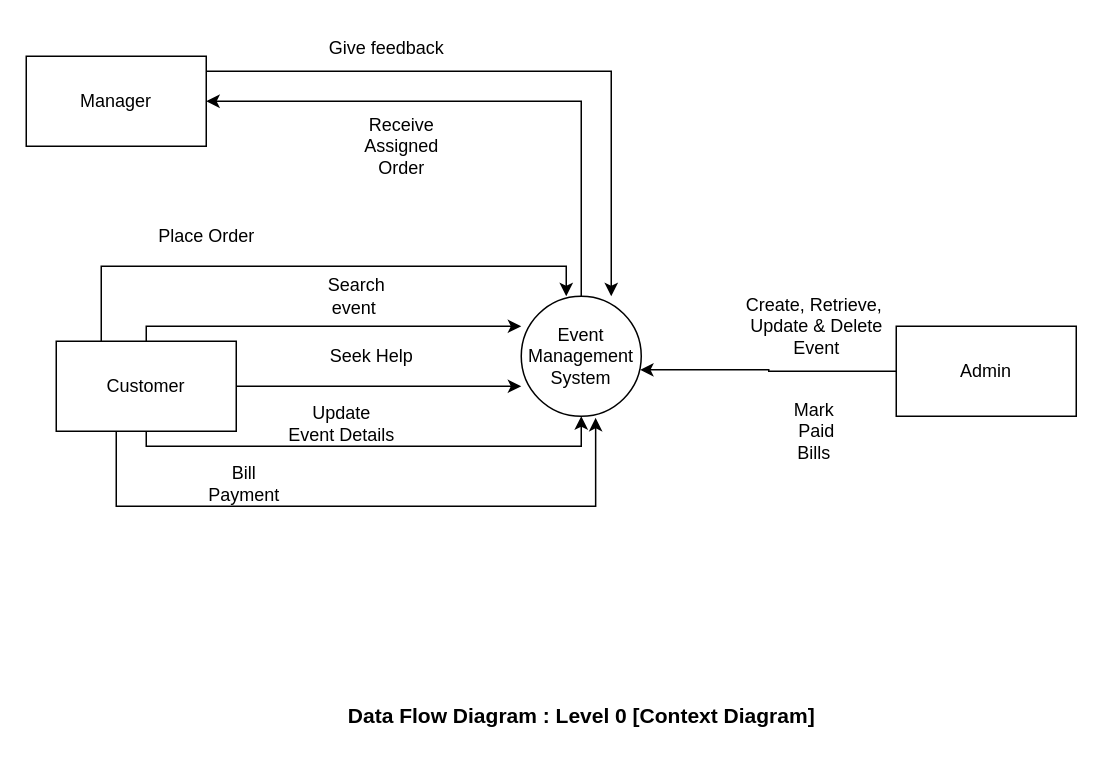
Above: page "Page-1" (1 of 2) of Untitled Diagram.drawio in axif0/370_project (draw.io), before the change. Source tidied: cells renumbered, new cells numbered last; positions are measured from the earlier drawing's top-left corner, leaving out a move shared by most shapes. Both pictures are drawn from the tidied source at 150%, with x=0, y=0 at pixel (26, 26).
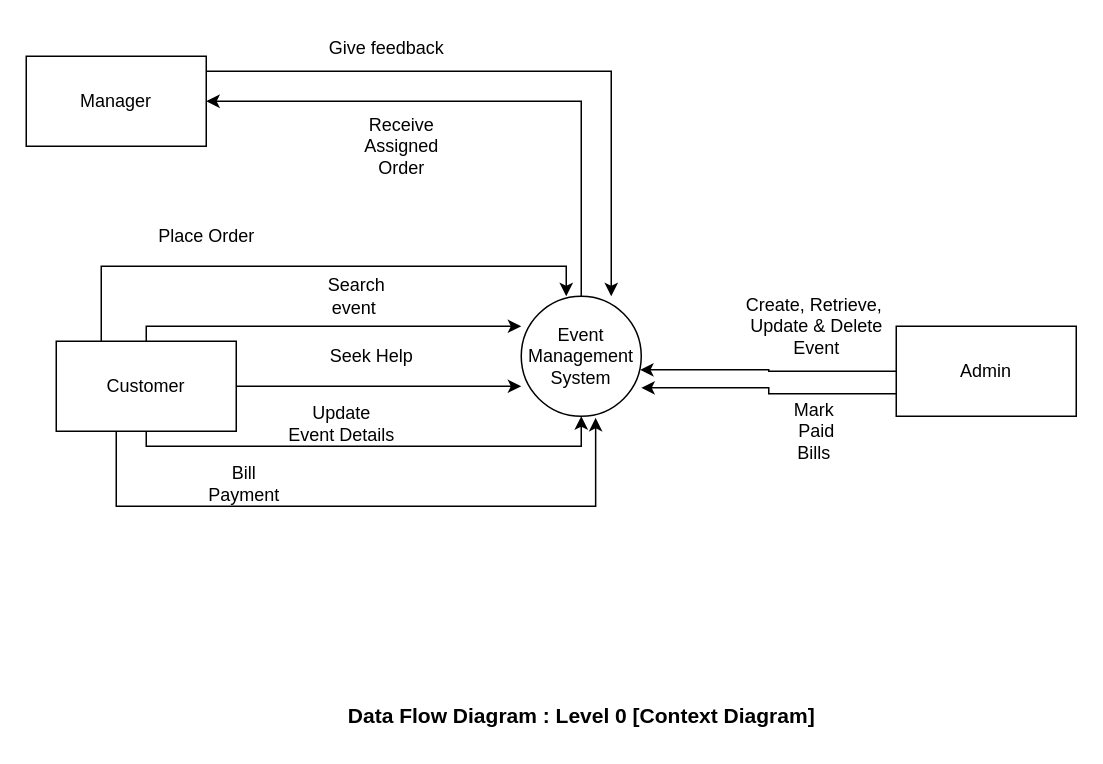
Above is the later version.

Unchanged cells that the change refers to:
```xml
<mxCell id="3" value="Event Management System" style="ellipse;whiteSpace=wrap;html=1;" parent="1" vertex="1">
  <mxGeometry x="330" y="180" width="80" height="80" as="geometry" />
</mxCell>
<mxCell id="5" value="Admin" style="rounded=0;whiteSpace=wrap;html=1;" parent="1" vertex="1">
  <mxGeometry x="580" y="200" width="120" height="60" as="geometry" />
</mxCell>
```

Diff of the diagram source:
```diff
@@
+    <mxCell id="24" style="edgeStyle=orthogonalEdgeStyle;rounded=0;jettySize=auto;html=1;exitX=0;exitY=0.75;exitDx=0;exitDy=0;entryX=1;entryY=0.763;entryDx=0;entryDy=0;entryPerimeter=0;" parent="1" edge="1" source="5" target="3">
+      <mxGeometry relative="1" as="geometry" />
+    </mxCell>
```
